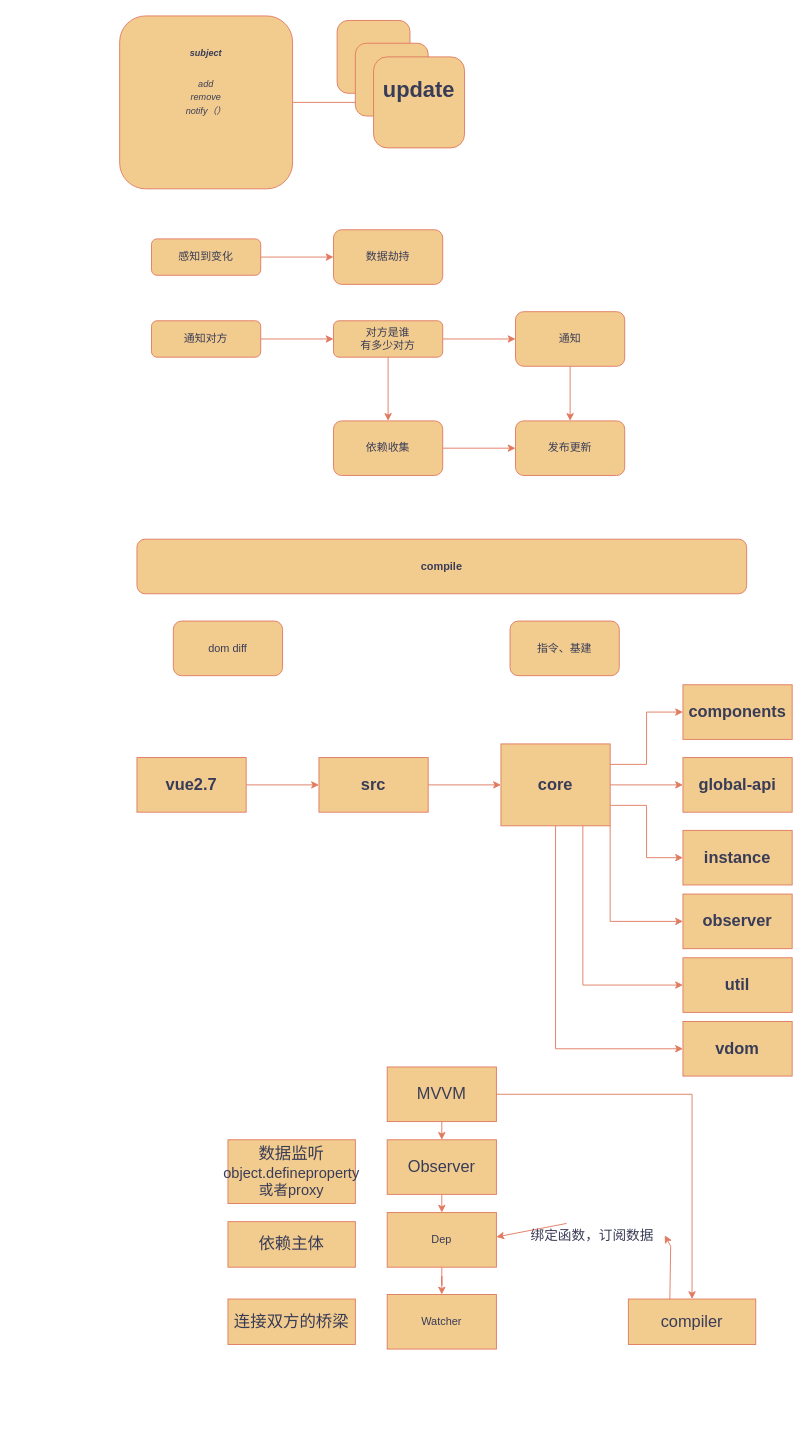
corn12138/material-kit-react keeps this draw.io diagram as public/未命名绘图.drawio. Above is the earlier version. Source tidied: cells renumbered, new cells numbered last; positions are measured from the earlier drawing's top-left corner, leaving out a move shared by most shapes. Both pictures are drawn from the tidied source at 91%, with x=0, y=0 at pixel (119, 15).
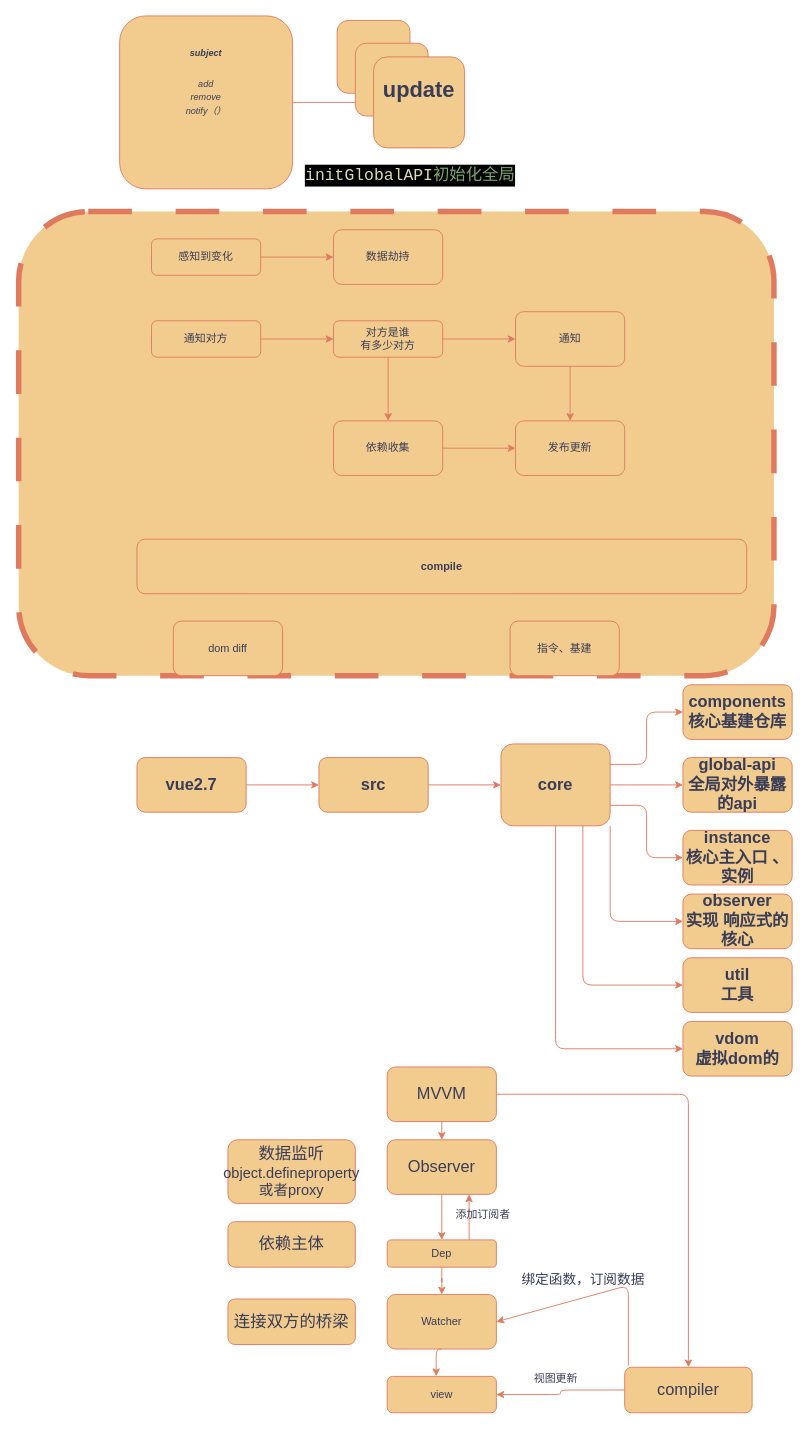
After the change.

Commit message:
更新未命名绘图.drawio

Diff of the diagram source:
```diff
@@
+    <mxCell id="55" style="rounded=1;whiteSpace=wrap;html=1;strokeColor=#E07A5F;fontColor=#393C56;fillColor=#F2CC8F;dashed=1;dashPattern=8 8;strokeWidth=6;" parent="1" vertex="1">
+      <mxGeometry x="-111" y="215" width="830" height="510" as="geometry" />
+    </mxCell>
@@
-    <mxCell id="23" style="edgeStyle=orthogonalEdgeStyle;rounded=0;jettySize=auto;html=1;strokeColor=#E07A5F;fontColor=#393C56;fillColor=#F2CC8F;" parent="1" edge="1" source="24" target="26">
+    <mxCell id="23" style="edgeStyle=orthogonalEdgeStyle;rounded=1;jettySize=auto;html=1;strokeColor=#E07A5F;fontColor=#393C56;fillColor=#F2CC8F;" parent="1" edge="1" source="24" target="26">
       <mxGeometry relative="1" as="geometry" />
     </mxCell>
-    <mxCell id="24" value="&lt;font style=&quot;font-size: 18px;&quot;&gt;&lt;b&gt;vue2.7&lt;/b&gt;&lt;/font&gt;" style="rounded=0;whiteSpace=wrap;html=1;strokeColor=#E07A5F;fontColor=#393C56;fillColor=#F2CC8F;" parent="1" vertex="1">
+    <mxCell id="24" value="&lt;font style=&quot;font-size: 18px;&quot;&gt;&lt;b&gt;vue2.7&lt;/b&gt;&lt;/font&gt;" style="rounded=1;whiteSpace=wrap;html=1;strokeColor=#E07A5F;fontColor=#393C56;fillColor=#F2CC8F;" parent="1" vertex="1">
       <mxGeometry x="19" y="815" width="120" height="60" as="geometry" />
     </mxCell>
-    <mxCell id="25" style="edgeStyle=orthogonalEdgeStyle;rounded=0;jettySize=auto;html=1;strokeColor=#E07A5F;fontColor=#393C56;fillColor=#F2CC8F;" parent="1" edge="1" source="26" target="33">
+    <mxCell id="25" style="edgeStyle=orthogonalEdgeStyle;rounded=1;jettySize=auto;html=1;strokeColor=#E07A5F;fontColor=#393C56;fillColor=#F2CC8F;" parent="1" edge="1" source="26" target="33">
       <mxGeometry relative="1" as="geometry" />
     </mxCell>
-    <mxCell id="26" value="&lt;font style=&quot;font-size: 18px;&quot;&gt;&lt;b&gt;src&lt;/b&gt;&lt;/font&gt;" style="rounded=0;whiteSpace=wrap;html=1;strokeColor=#E07A5F;fontColor=#393C56;fillColor=#F2CC8F;" parent="1" vertex="1">
+    <mxCell id="26" value="&lt;font style=&quot;font-size: 18px;&quot;&gt;&lt;b&gt;src&lt;/b&gt;&lt;/font&gt;" style="rounded=1;whiteSpace=wrap;html=1;strokeColor=#E07A5F;fontColor=#393C56;fillColor=#F2CC8F;" parent="1" vertex="1">
       <mxGeometry x="219" y="815" width="120" height="60" as="geometry" />
     </mxCell>
-    <mxCell id="27" style="edgeStyle=orthogonalEdgeStyle;rounded=0;jettySize=auto;html=1;strokeColor=#E07A5F;fontColor=#393C56;fillColor=#F2CC8F;" parent="1" edge="1" source="33" target="34">
+    <mxCell id="27" style="edgeStyle=orthogonalEdgeStyle;rounded=1;jettySize=auto;html=1;strokeColor=#E07A5F;fontColor=#393C56;fillColor=#F2CC8F;" parent="1" edge="1" source="33" target="34">
       <mxGeometry relative="1" as="geometry" />
     </mxCell>
-    <mxCell id="28" style="edgeStyle=orthogonalEdgeStyle;rounded=0;jettySize=auto;html=1;exitX=1;exitY=0.75;exitDx=0;exitDy=0;entryX=0;entryY=0.5;entryDx=0;entryDy=0;strokeColor=#E07A5F;fontColor=#393C56;fillColor=#F2CC8F;" parent="1" edge="1" source="33" target="36">
+    <mxCell id="28" style="edgeStyle=orthogonalEdgeStyle;rounded=1;jettySize=auto;html=1;exitX=1;exitY=0.75;exitDx=0;exitDy=0;entryX=0;entryY=0.5;entryDx=0;entryDy=0;strokeColor=#E07A5F;fontColor=#393C56;fillColor=#F2CC8F;" parent="1" edge="1" source="33" target="36">
       <mxGeometry relative="1" as="geometry" />
     </mxCell>
-    <mxCell id="29" style="edgeStyle=orthogonalEdgeStyle;rounded=0;jettySize=auto;html=1;exitX=1;exitY=0.25;exitDx=0;exitDy=0;entryX=0;entryY=0.5;entryDx=0;entryDy=0;strokeColor=#E07A5F;fontColor=#393C56;fillColor=#F2CC8F;" parent="1" edge="1" source="33" target="35">
+    <mxCell id="29" style="edgeStyle=orthogonalEdgeStyle;rounded=1;jettySize=auto;html=1;exitX=1;exitY=0.25;exitDx=0;exitDy=0;entryX=0;entryY=0.5;entryDx=0;entryDy=0;strokeColor=#E07A5F;fontColor=#393C56;fillColor=#F2CC8F;" parent="1" edge="1" source="33" target="35">
       <mxGeometry relative="1" as="geometry" />
     </mxCell>
-    <mxCell id="30" style="edgeStyle=orthogonalEdgeStyle;rounded=0;jettySize=auto;html=1;exitX=1;exitY=1;exitDx=0;exitDy=0;strokeColor=#E07A5F;fontColor=#393C56;fillColor=#F2CC8F;entryX=0;entryY=0.5;entryDx=0;entryDy=0;" parent="1" edge="1" source="33" target="38">
+    <mxCell id="30" style="edgeStyle=orthogonalEdgeStyle;rounded=1;jettySize=auto;html=1;exitX=1;exitY=1;exitDx=0;exitDy=0;strokeColor=#E07A5F;fontColor=#393C56;fillColor=#F2CC8F;entryX=0;entryY=0.5;entryDx=0;entryDy=0;" parent="1" edge="1" source="33" target="38">
       <mxGeometry relative="1" as="geometry" />
     </mxCell>
-    <mxCell id="31" style="edgeStyle=orthogonalEdgeStyle;rounded=0;jettySize=auto;html=1;exitX=0.75;exitY=1;exitDx=0;exitDy=0;entryX=0;entryY=0.5;entryDx=0;entryDy=0;strokeColor=#E07A5F;fontColor=#393C56;fillColor=#F2CC8F;" parent="1" edge="1" source="33" target="37">
+    <mxCell id="31" style="edgeStyle=orthogonalEdgeStyle;rounded=1;jettySize=auto;html=1;exitX=0.75;exitY=1;exitDx=0;exitDy=0;entryX=0;entryY=0.5;entryDx=0;entryDy=0;strokeColor=#E07A5F;fontColor=#393C56;fillColor=#F2CC8F;" parent="1" edge="1" source="33" target="37">
       <mxGeometry relative="1" as="geometry" />
     </mxCell>
-    <mxCell id="32" style="edgeStyle=orthogonalEdgeStyle;rounded=0;jettySize=auto;html=1;exitX=0.5;exitY=1;exitDx=0;exitDy=0;entryX=0;entryY=0.5;entryDx=0;entryDy=0;strokeColor=#E07A5F;fontColor=#393C56;fillColor=#F2CC8F;" parent="1" edge="1" source="33" target="39">
+    <mxCell id="32" style="edgeStyle=orthogonalEdgeStyle;rounded=1;jettySize=auto;html=1;exitX=0.5;exitY=1;exitDx=0;exitDy=0;entryX=0;entryY=0.5;entryDx=0;entryDy=0;strokeColor=#E07A5F;fontColor=#393C56;fillColor=#F2CC8F;" parent="1" edge="1" source="33" target="39">
       <mxGeometry relative="1" as="geometry" />
     </mxCell>
-    <mxCell id="33" value="&lt;font style=&quot;font-size: 18px;&quot;&gt;&lt;b&gt;core&lt;/b&gt;&lt;/font&gt;" style="rounded=0;whiteSpace=wrap;html=1;strokeColor=#E07A5F;fontColor=#393C56;fillColor=#F2CC8F;" parent="1" vertex="1">
+    <mxCell id="33" value="&lt;font style=&quot;font-size: 18px;&quot;&gt;&lt;b&gt;core&lt;/b&gt;&lt;/font&gt;" style="rounded=1;whiteSpace=wrap;html=1;strokeColor=#E07A5F;fontColor=#393C56;fillColor=#F2CC8F;" parent="1" vertex="1">
       <mxGeometry x="419" y="800" width="120" height="90" as="geometry" />
     </mxCell>
-    <mxCell id="34" value="&lt;span style=&quot;font-size: 18px;&quot;&gt;&lt;b&gt;global-api&lt;/b&gt;&lt;/span&gt;" style="rounded=0;whiteSpace=wrap;html=1;strokeColor=#E07A5F;fontColor=#393C56;fillColor=#F2CC8F;" parent="1" vertex="1">
+    <mxCell id="34" value="&lt;span style=&quot;font-size: 18px;&quot;&gt;&lt;b&gt;global-api&lt;/b&gt;&lt;/span&gt;&lt;div&gt;&lt;span style=&quot;font-size: 18px;&quot;&gt;&lt;b&gt;全局对外暴露的api&lt;/b&gt;&lt;/span&gt;&lt;br&gt;&lt;/div&gt;" style="rounded=1;whiteSpace=wrap;html=1;strokeColor=#E07A5F;fontColor=#393C56;fillColor=#F2CC8F;" parent="1" vertex="1">
       <mxGeometry x="619" y="815" width="120" height="60" as="geometry" />
     </mxCell>
-    <mxCell id="35" value="&lt;span style=&quot;font-size: 18px;&quot;&gt;&lt;b&gt;components&lt;/b&gt;&lt;/span&gt;" style="rounded=0;whiteSpace=wrap;html=1;strokeColor=#E07A5F;fontColor=#393C56;fillColor=#F2CC8F;" parent="1" vertex="1">
+    <mxCell id="35" value="&lt;span style=&quot;font-size: 18px;&quot;&gt;&lt;b&gt;components&lt;/b&gt;&lt;/span&gt;&lt;div&gt;&lt;span style=&quot;font-size: 18px;&quot;&gt;&lt;b&gt;核心基建仓库&lt;/b&gt;&lt;/span&gt;&lt;br&gt;&lt;/div&gt;" style="rounded=1;whiteSpace=wrap;html=1;strokeColor=#E07A5F;fontColor=#393C56;fillColor=#F2CC8F;" parent="1" vertex="1">
       <mxGeometry x="619" y="735" width="120" height="60" as="geometry" />
     </mxCell>
-    <mxCell id="36" value="&lt;span style=&quot;font-size: 18px;&quot;&gt;&lt;b&gt;instance&lt;/b&gt;&lt;/span&gt;" style="rounded=0;whiteSpace=wrap;html=1;strokeColor=#E07A5F;fontColor=#393C56;fillColor=#F2CC8F;" parent="1" vertex="1">
+    <mxCell id="36" value="&lt;span style=&quot;font-size: 18px;&quot;&gt;&lt;b&gt;instance&lt;/b&gt;&lt;/span&gt;&lt;div&gt;&lt;span style=&quot;font-size: 18px;&quot;&gt;&lt;b&gt;核心主入口 、实例&lt;/b&gt;&lt;/span&gt;&lt;br&gt;&lt;/div&gt;" style="rounded=1;whiteSpace=wrap;html=1;strokeColor=#E07A5F;fontColor=#393C56;fillColor=#F2CC8F;" parent="1" vertex="1">
       <mxGeometry x="619" y="895" width="120" height="60" as="geometry" />
     </mxCell>
-    <mxCell id="37" value="&lt;span style=&quot;font-size: 18px;&quot;&gt;&lt;b&gt;util&lt;/b&gt;&lt;/span&gt;" style="rounded=0;whiteSpace=wrap;html=1;strokeColor=#E07A5F;fontColor=#393C56;fillColor=#F2CC8F;" parent="1" vertex="1">
+    <mxCell id="37" value="&lt;span style=&quot;font-size: 18px;&quot;&gt;&lt;b&gt;util&lt;/b&gt;&lt;/span&gt;&lt;div&gt;&lt;span style=&quot;font-size: 18px;&quot;&gt;&lt;b&gt;工具&lt;/b&gt;&lt;/span&gt;&lt;br&gt;&lt;/div&gt;" style="rounded=1;whiteSpace=wrap;html=1;strokeColor=#E07A5F;fontColor=#393C56;fillColor=#F2CC8F;" parent="1" vertex="1">
       <mxGeometry x="619" y="1035" width="120" height="60" as="geometry" />
     </mxCell>
-    <mxCell id="38" value="&lt;span style=&quot;font-size: 18px;&quot;&gt;&lt;b&gt;observer&lt;/b&gt;&lt;/span&gt;" style="rounded=0;whiteSpace=wrap;html=1;strokeColor=#E07A5F;fontColor=#393C56;fillColor=#F2CC8F;" parent="1" vertex="1">
+    <mxCell id="38" value="&lt;span style=&quot;font-size: 18px;&quot;&gt;&lt;b&gt;observer&lt;/b&gt;&lt;/span&gt;&lt;div&gt;&lt;span style=&quot;font-size: 18px;&quot;&gt;&lt;b&gt;实现 响应式的 核心&lt;/b&gt;&lt;/span&gt;&lt;br&gt;&lt;/div&gt;" style="rounded=1;whiteSpace=wrap;html=1;strokeColor=#E07A5F;fontColor=#393C56;fillColor=#F2CC8F;" parent="1" vertex="1">
       <mxGeometry x="619" y="965" width="120" height="60" as="geometry" />
     </mxCell>
-    <mxCell id="39" value="&lt;span style=&quot;font-size: 18px;&quot;&gt;&lt;b&gt;vdom&lt;/b&gt;&lt;/span&gt;" style="rounded=0;whiteSpace=wrap;html=1;strokeColor=#E07A5F;fontColor=#393C56;fillColor=#F2CC8F;" parent="1" vertex="1">
+    <mxCell id="39" value="&lt;span style=&quot;font-size: 18px;&quot;&gt;&lt;b&gt;vdom&lt;/b&gt;&lt;/span&gt;&lt;div&gt;&lt;span style=&quot;font-size: 18px;&quot;&gt;&lt;b&gt;虚拟dom的&lt;/b&gt;&lt;/span&gt;&lt;br&gt;&lt;/div&gt;" style="rounded=1;whiteSpace=wrap;html=1;strokeColor=#E07A5F;fontColor=#393C56;fillColor=#F2CC8F;" parent="1" vertex="1">
       <mxGeometry x="619" y="1105" width="120" height="60" as="geometry" />
     </mxCell>
-    <mxCell id="40" style="edgeStyle=orthogonalEdgeStyle;rounded=0;jettySize=auto;html=1;exitX=0.5;exitY=1;exitDx=0;exitDy=0;entryX=0.5;entryY=0;entryDx=0;entryDy=0;strokeColor=#E07A5F;fontColor=#393C56;fillColor=#F2CC8F;" parent="1" edge="1" source="42" target="45">
+    <mxCell id="40" style="edgeStyle=orthogonalEdgeStyle;rounded=1;jettySize=auto;html=1;exitX=0.5;exitY=1;exitDx=0;exitDy=0;entryX=0.5;entryY=0;entryDx=0;entryDy=0;strokeColor=#E07A5F;fontColor=#393C56;fillColor=#F2CC8F;" parent="1" edge="1" source="42" target="45">
       <mxGeometry relative="1" as="geometry" />
     </mxCell>
-    <mxCell id="41" style="edgeStyle=orthogonalEdgeStyle;rounded=0;jettySize=auto;html=1;exitX=1;exitY=0.5;exitDx=0;exitDy=0;strokeColor=#E07A5F;fontColor=#393C56;fillColor=#F2CC8F;" parent="1" edge="1" source="42" target="51">
+    <mxCell id="41" style="edgeStyle=orthogonalEdgeStyle;rounded=1;jettySize=auto;html=1;exitX=1;exitY=0.5;exitDx=0;exitDy=0;strokeColor=#E07A5F;fontColor=#393C56;fillColor=#F2CC8F;" parent="1" edge="1" source="42" target="51">
       <mxGeometry relative="1" as="geometry" />
     </mxCell>
-    <mxCell id="42" value="&lt;font style=&quot;font-size: 18px;&quot;&gt;MVVM&lt;/font&gt;" style="rounded=0;whiteSpace=wrap;html=1;strokeColor=#E07A5F;fontColor=#393C56;fillColor=#F2CC8F;" parent="1" vertex="1">
+    <mxCell id="42" value="&lt;font style=&quot;font-size: 18px;&quot;&gt;MVVM&lt;/font&gt;" style="rounded=1;whiteSpace=wrap;html=1;strokeColor=#E07A5F;fontColor=#393C56;fillColor=#F2CC8F;" parent="1" vertex="1">
       <mxGeometry x="294" y="1155" width="120" height="60" as="geometry" />
     </mxCell>
-    <mxCell id="43" value="&lt;font style=&quot;font-size: 18px;&quot;&gt;数据监听&lt;/font&gt;&lt;div&gt;&lt;font size=&quot;3&quot;&gt;object.defineproperty或者proxy&lt;/font&gt;&lt;/div&gt;" style="rounded=0;whiteSpace=wrap;html=1;strokeColor=#E07A5F;fontColor=#393C56;fillColor=#F2CC8F;" parent="1" vertex="1">
+    <mxCell id="43" value="&lt;font style=&quot;font-size: 18px;&quot;&gt;数据监听&lt;/font&gt;&lt;div&gt;&lt;font size=&quot;3&quot;&gt;object.defineproperty或者proxy&lt;/font&gt;&lt;/div&gt;" style="rounded=1;whiteSpace=wrap;html=1;strokeColor=#E07A5F;fontColor=#393C56;fillColor=#F2CC8F;" parent="1" vertex="1">
       <mxGeometry x="119" y="1235" width="140" height="70" as="geometry" />
     </mxCell>
-    <mxCell id="44" style="edgeStyle=orthogonalEdgeStyle;rounded=0;jettySize=auto;html=1;exitX=0.5;exitY=1;exitDx=0;exitDy=0;entryX=0.5;entryY=0;entryDx=0;entryDy=0;strokeColor=#E07A5F;fontColor=#393C56;fillColor=#F2CC8F;" parent="1" edge="1" source="45" target="47">
+    <mxCell id="44" style="edgeStyle=orthogonalEdgeStyle;rounded=1;jettySize=auto;html=1;exitX=0.5;exitY=1;exitDx=0;exitDy=0;entryX=0.5;entryY=0;entryDx=0;entryDy=0;strokeColor=#E07A5F;fontColor=#393C56;fillColor=#F2CC8F;" parent="1" edge="1" source="45" target="47">
       <mxGeometry relative="1" as="geometry" />
     </mxCell>
-    <mxCell id="45" value="&lt;font style=&quot;font-size: 18px;&quot;&gt;Observer&lt;/font&gt;" style="rounded=0;whiteSpace=wrap;html=1;strokeColor=#E07A5F;fontColor=#393C56;fillColor=#F2CC8F;" parent="1" vertex="1">
+    <mxCell id="45" value="&lt;font style=&quot;font-size: 18px;&quot;&gt;Observer&lt;/font&gt;" style="rounded=1;whiteSpace=wrap;html=1;strokeColor=#E07A5F;fontColor=#393C56;fillColor=#F2CC8F;" parent="1" vertex="1">
       <mxGeometry x="294" y="1235" width="120" height="60" as="geometry" />
     </mxCell>
-    <mxCell id="46" style="edgeStyle=orthogonalEdgeStyle;rounded=0;jettySize=auto;html=1;strokeColor=#E07A5F;fontColor=#393C56;fillColor=#F2CC8F;" parent="1" edge="1" source="47" target="49">
+    <mxCell id="46" style="edgeStyle=orthogonalEdgeStyle;rounded=1;jettySize=auto;html=1;strokeColor=#E07A5F;fontColor=#393C56;fillColor=#F2CC8F;" parent="1" edge="1" source="47" target="49">
       <mxGeometry relative="1" as="geometry" />
     </mxCell>
+    <mxCell id="56" style="edgeStyle=orthogonalEdgeStyle;rounded=1;jettySize=auto;html=1;exitX=0.75;exitY=0;exitDx=0;exitDy=0;entryX=0.75;entryY=1;entryDx=0;entryDy=0;strokeColor=#E07A5F;fontColor=#393C56;fillColor=#F2CC8F;" parent="1" edge="1" source="47" target="45">
+      <mxGeometry relative="1" as="geometry" />
+    </mxCell>
-    <mxCell id="47" value="Dep" style="rounded=0;whiteSpace=wrap;html=1;strokeColor=#E07A5F;fontColor=#393C56;fillColor=#F2CC8F;" parent="1" vertex="1">
-      <mxGeometry x="294" y="1315" width="120" height="60" as="geometry" />
+    <mxCell id="47" value="Dep" style="rounded=1;whiteSpace=wrap;html=1;strokeColor=#E07A5F;fontColor=#393C56;fillColor=#F2CC8F;" parent="1" vertex="1">
+      <mxGeometry x="294" y="1345" width="120" height="30" as="geometry" />
     </mxCell>
-    <mxCell id="48" value="&lt;font style=&quot;font-size: 18px;&quot;&gt;依赖主体&lt;/font&gt;" style="rounded=0;whiteSpace=wrap;html=1;strokeColor=#E07A5F;fontColor=#393C56;fillColor=#F2CC8F;" parent="1" vertex="1">
+    <mxCell id="48" value="&lt;font style=&quot;font-size: 18px;&quot;&gt;依赖主体&lt;/font&gt;" style="rounded=1;whiteSpace=wrap;html=1;strokeColor=#E07A5F;fontColor=#393C56;fillColor=#F2CC8F;" parent="1" vertex="1">
       <mxGeometry x="119" y="1325" width="140" height="50" as="geometry" />
     </mxCell>
-    <mxCell id="49" value="Watcher" style="rounded=0;whiteSpace=wrap;html=1;strokeColor=#E07A5F;fontColor=#393C56;fillColor=#F2CC8F;" parent="1" vertex="1">
+    <mxCell id="49" value="Watcher" style="rounded=1;whiteSpace=wrap;html=1;strokeColor=#E07A5F;fontColor=#393C56;fillColor=#F2CC8F;" parent="1" vertex="1">
       <mxGeometry x="294" y="1405" width="120" height="60" as="geometry" />
     </mxCell>
-    <mxCell id="50" value="&lt;font style=&quot;font-size: 18px;&quot;&gt;连接双方的桥梁&lt;/font&gt;" style="rounded=0;whiteSpace=wrap;html=1;strokeColor=#E07A5F;fontColor=#393C56;fillColor=#F2CC8F;" parent="1" vertex="1">
+    <mxCell id="50" value="&lt;font style=&quot;font-size: 18px;&quot;&gt;连接双方的桥梁&lt;/font&gt;" style="rounded=1;whiteSpace=wrap;html=1;strokeColor=#E07A5F;fontColor=#393C56;fillColor=#F2CC8F;" parent="1" vertex="1">
       <mxGeometry x="119" y="1410" width="140" height="50" as="geometry" />
     </mxCell>
+    <mxCell id="57" style="edgeStyle=orthogonalEdgeStyle;rounded=1;jettySize=auto;html=1;exitX=0;exitY=0.5;exitDx=0;exitDy=0;entryX=1;entryY=0.5;entryDx=0;entryDy=0;strokeColor=#E07A5F;fontColor=#393C56;fillColor=#F2CC8F;" parent="1" edge="1" source="51" target="59">
+      <mxGeometry relative="1" as="geometry" />
+    </mxCell>
-    <mxCell id="51" value="&lt;font style=&quot;font-size: 18px;&quot;&gt;compiler&lt;/font&gt;" style="rounded=0;whiteSpace=wrap;html=1;strokeColor=#E07A5F;fontColor=#393C56;fillColor=#F2CC8F;" parent="1" vertex="1">
-      <mxGeometry x="559" y="1410" width="140" height="50" as="geometry" />
+    <mxCell id="51" value="&lt;font style=&quot;font-size: 18px;&quot;&gt;compiler&lt;/font&gt;" style="rounded=1;whiteSpace=wrap;html=1;strokeColor=#E07A5F;fontColor=#393C56;fillColor=#F2CC8F;" parent="1" vertex="1">
+      <mxGeometry x="555" y="1485" width="140" height="50" as="geometry" />
     </mxCell>
-    <mxCell id="52" style="endArrow=classic;html=1;rounded=0;strokeColor=#E07A5F;fontColor=#393C56;fillColor=#F2CC8F;entryX=1;entryY=0.5;entryDx=0;entryDy=0;exitX=0.326;exitY=0.064;exitDx=0;exitDy=0;exitPerimeter=0;" parent="1" edge="1" source="54">
-      <mxGeometry relative="1" as="geometry">
-        <mxPoint x="414" y="1341.8" as="targetPoint" />
-      </mxGeometry>
-    </mxCell>
-    <mxCell id="53" style="endArrow=classic;html=1;rounded=0;strokeColor=#E07A5F;fontColor=#393C56;fillColor=#F2CC8F;entryX=1;entryY=0.5;entryDx=0;entryDy=0;exitX=0.326;exitY=0.064;exitDx=0;exitDy=0;exitPerimeter=0;" parent="1" edge="1" target="54">
-      <mxGeometry relative="1" as="geometry">
-        <mxPoint x="604.6" y="1410" as="sourcePoint" />
-        <Array as="points">
-          <mxPoint x="605.5" y="1352" />
-        </Array>
-      </mxGeometry>
-    </mxCell>
+    <mxCell id="58" value="添加订阅者" style="text;html=1;align=center;verticalAlign=middle;strokeColor=none;fillColor=none;fontColor=#393C56;rounded=1;" parent="1" vertex="1">
+      <mxGeometry x="359" y="1303" width="80" height="30" as="geometry" />
+    </mxCell>
+    <mxCell id="59" value="view" style="rounded=1;whiteSpace=wrap;html=1;strokeColor=#E07A5F;fontColor=#393C56;fillColor=#F2CC8F;" parent="1" vertex="1">
+      <mxGeometry x="294" y="1495" width="120" height="40" as="geometry" />
+    </mxCell>
+    <mxCell id="60" value="视图更新" style="text;html=1;align=center;verticalAlign=middle;strokeColor=none;fillColor=none;fontColor=#393C56;rounded=1;" parent="1" vertex="1">
+      <mxGeometry x="444" y="1483" width="70" height="30" as="geometry" />
+    </mxCell>
+    <mxCell id="61" style="edgeStyle=orthogonalEdgeStyle;rounded=1;jettySize=auto;html=1;exitX=0.5;exitY=1;exitDx=0;exitDy=0;entryX=0.448;entryY=-0.005;entryDx=0;entryDy=0;entryPerimeter=0;strokeColor=#E07A5F;fontColor=#393C56;fillColor=#F2CC8F;" parent="1" edge="1" source="49" target="59">
+      <mxGeometry relative="1" as="geometry" />
+    </mxCell>
+    <mxCell id="62" style="endArrow=classic;html=1;rounded=1;strokeColor=#E07A5F;fontColor=#393C56;fillColor=#F2CC8F;entryX=1;entryY=0.5;entryDx=0;entryDy=0;" parent="1" edge="1" target="49">
+      <mxGeometry relative="1" as="geometry">
+        <mxPoint x="559" y="1483" as="sourcePoint" />
+        <Array as="points">
+          <mxPoint x="559" y="1395" />
+        </Array>
+      </mxGeometry>
+    </mxCell>
-    <mxCell id="54" value="&lt;font style=&quot;font-size: 15px;&quot;&gt;绑定函数，订阅数据&lt;/font&gt;" style="text;html=1;align=center;verticalAlign=middle;points=[];strokeColor=none;fillColor=none;fontColor=#393C56;" parent="1" vertex="1">
-      <mxGeometry x="439" y="1325" width="160" height="30" as="geometry" />
+    <mxCell id="54" value="&lt;span style=&quot;font-size: 15px;&quot;&gt;绑定函数，订阅数据&lt;/span&gt;" style="text;html=1;align=center;verticalAlign=middle;points=[];strokeColor=none;fillColor=none;fontColor=#393C56;rounded=1;" parent="1" vertex="1">
+      <mxGeometry x="429" y="1373" width="160" height="30" as="geometry" />
     </mxCell>
+    <mxCell id="63" value="&lt;div style=&quot;color: rgb(255, 255, 255); background-color: rgb(0, 0, 0); font-family: Consolas, &amp;quot;Courier New&amp;quot;, monospace; font-size: 18px; line-height: 24px; white-space-collapse: preserve;&quot;&gt;&lt;span style=&quot;color: #dcdcaa;&quot;&gt;initGlobalAPI&lt;/span&gt;&lt;span style=&quot;color: rgb(124, 166, 104);&quot;&gt;初始化全局&lt;/span&gt;&lt;/div&gt;" style="text;html=1;align=center;verticalAlign=middle;strokeColor=none;fillColor=none;fontColor=#393C56;" parent="1" vertex="1">
+      <mxGeometry x="199" y="155" width="240" height="40" as="geometry" />
+    </mxCell>
```
